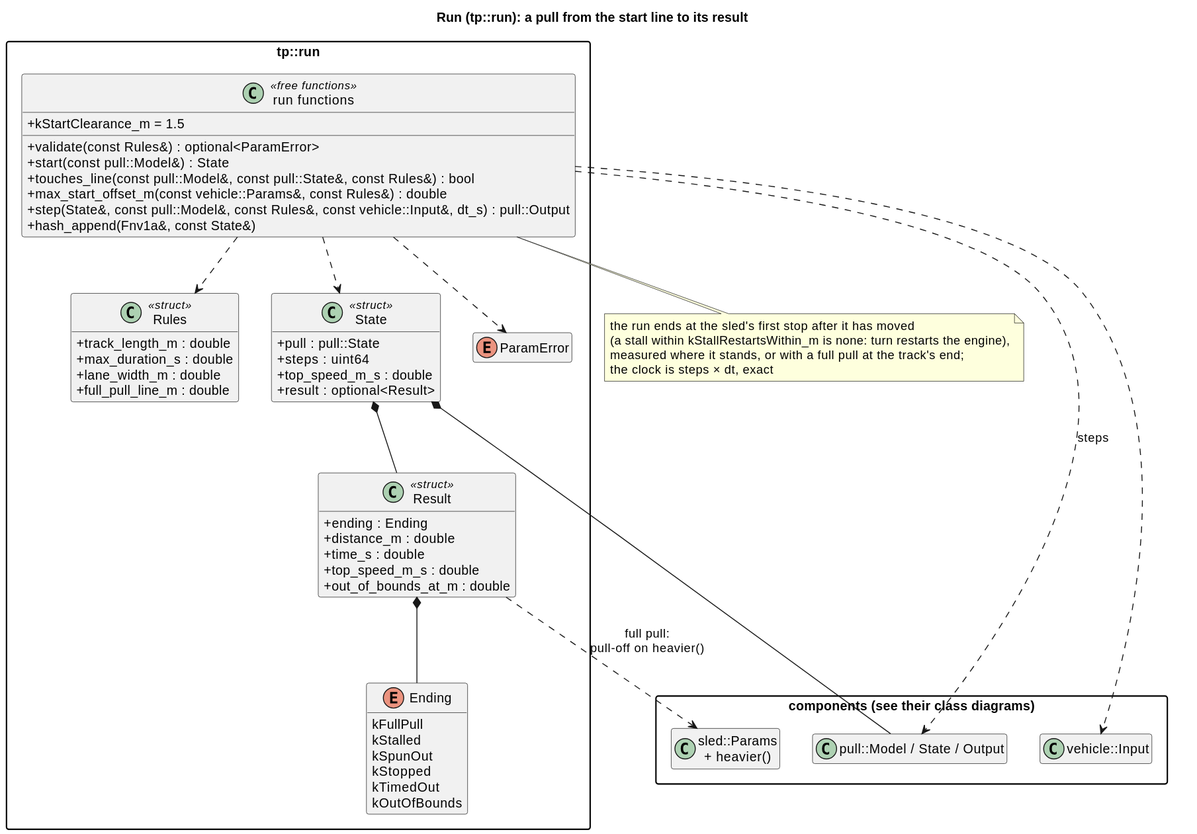
wversteeg/TractorPulling keeps this PlantUML diagram as docs/diagrams/svg/run_classes.svg. Above is the earlier version.
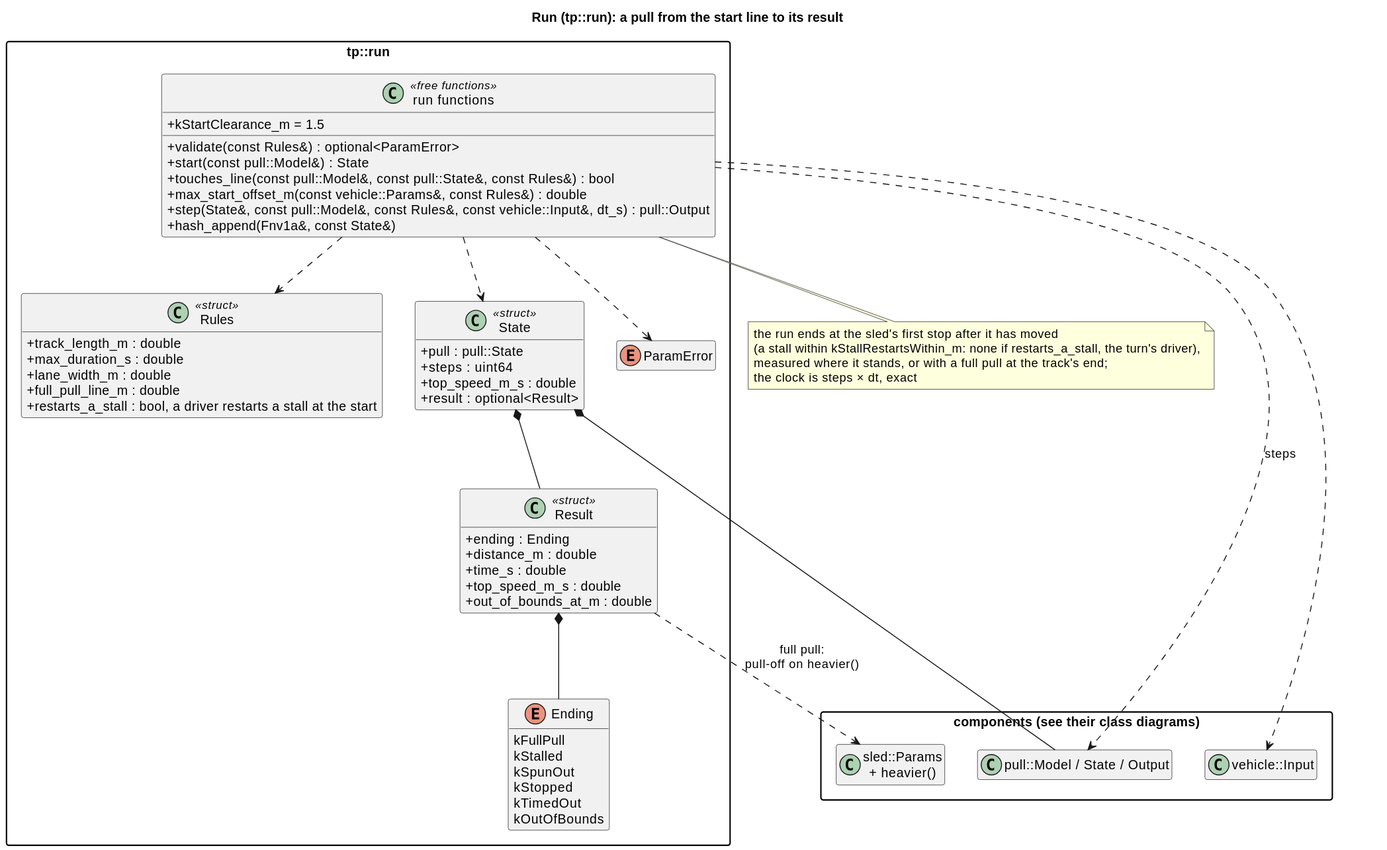
After the change.

Commit message:
Review: restart a stall only with a driver; arm the hold until the flag

The edit, as a diff of the source:
```diff
@@ -16,6 +16,7 @@
     +max_duration_s : double
     +lane_width_m : double
     +full_pull_line_m : double
+    +restarts_a_stall : bool, a driver restarts a stall at the start
   }
   enum Ending {
     kFullPull
@@ -60,7 +61,7 @@
 Result ..> Sled : full pull:\npull-off on heavier()
 note bottom of RunFns
   the run ends at the sled's first stop after it has moved
-  (a stall within kStallRestartsWithin_m is none: turn restarts the engine),
+  (a stall within kStallRestartsWithin_m: none if restarts_a_stall, the turn's driver),
   measured where it stands, or with a full pull at the track's end;
   the clock is steps × dt, exact
 end note
```
